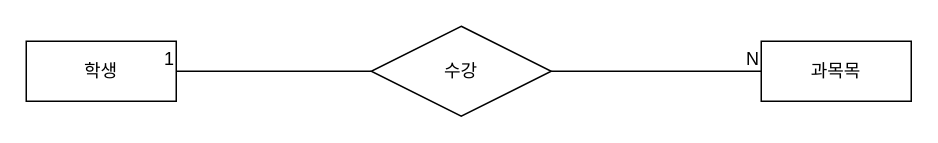
pshqtg/leetcode keeps this draw.io diagram as 제목 없는 다이어그램.drawio. Above is the earlier version. Source tidied: cells renumbered, new cells numbered last; positions are measured from the earlier drawing's top-left corner, leaving out a move shared by most shapes. Both pictures are drawn from the tidied source at 150%, with x=0, y=0 at pixel (26, 26).
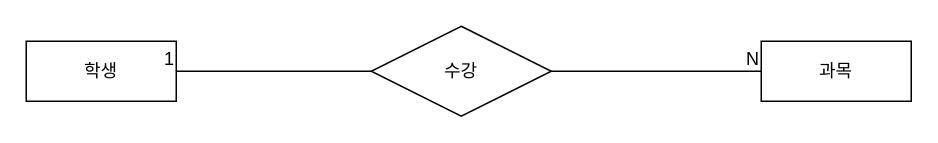
The same page after the edit.

Commit message (it also covers changes not shown here):
제목 없는 다이어그램.drawio 업데이트

Change to the diagram source:
```diff
@@
 <mxGraphModel>
   <root>
     <mxCell id="0" />
     <mxCell id="1" parent="0" />
     <mxCell id="2" value="학생" style="whiteSpace=wrap;html=1;align=center;" parent="1" vertex="1">
       <mxGeometry y="10" width="100" height="40" as="geometry" />
     </mxCell>
     <mxCell id="3" value="수강" style="shape=rhombus;perimeter=rhombusPerimeter;whiteSpace=wrap;html=1;align=center;" parent="1" vertex="1">
       <mxGeometry x="230" width="120" height="60" as="geometry" />
     </mxCell>
-    <mxCell id="4" value="과목목" style="whiteSpace=wrap;html=1;align=center;" parent="1" vertex="1">
+    <mxCell id="4" value="과목" style="whiteSpace=wrap;html=1;align=center;" parent="1" vertex="1">
       <mxGeometry x="490" y="10" width="100" height="40" as="geometry" />
     </mxCell>
     <mxCell id="5" style="endArrow=none;html=1;rounded=0;entryX=1;entryY=0.5;entryDx=0;entryDy=0;entryPerimeter=0;" parent="1" edge="1" target="2">
       <mxGeometry relative="1" as="geometry">
         <mxPoint x="230" y="30" as="sourcePoint" />
       </mxGeometry>
     </mxCell>
     <mxCell id="6" value="1" style="html=1;whiteSpace=wrap;align=right;verticalAlign=bottom;" parent="5" vertex="1">
       <mxGeometry x="1" relative="1" as="geometry" />
     </mxCell>
     <mxCell id="7" style="endArrow=none;html=1;rounded=0;" parent="1" edge="1">
       <mxGeometry relative="1" as="geometry">
         <mxPoint x="350" y="30" as="sourcePoint" />
         <mxPoint x="490" y="30" as="targetPoint" />
       </mxGeometry>
     </mxCell>
     <mxCell id="8" value="N" style="html=1;whiteSpace=wrap;align=right;verticalAlign=bottom;" parent="7" vertex="1">
       <mxGeometry x="1" relative="1" as="geometry" />
     </mxCell>
   </root>
 </mxGraphModel>
```
